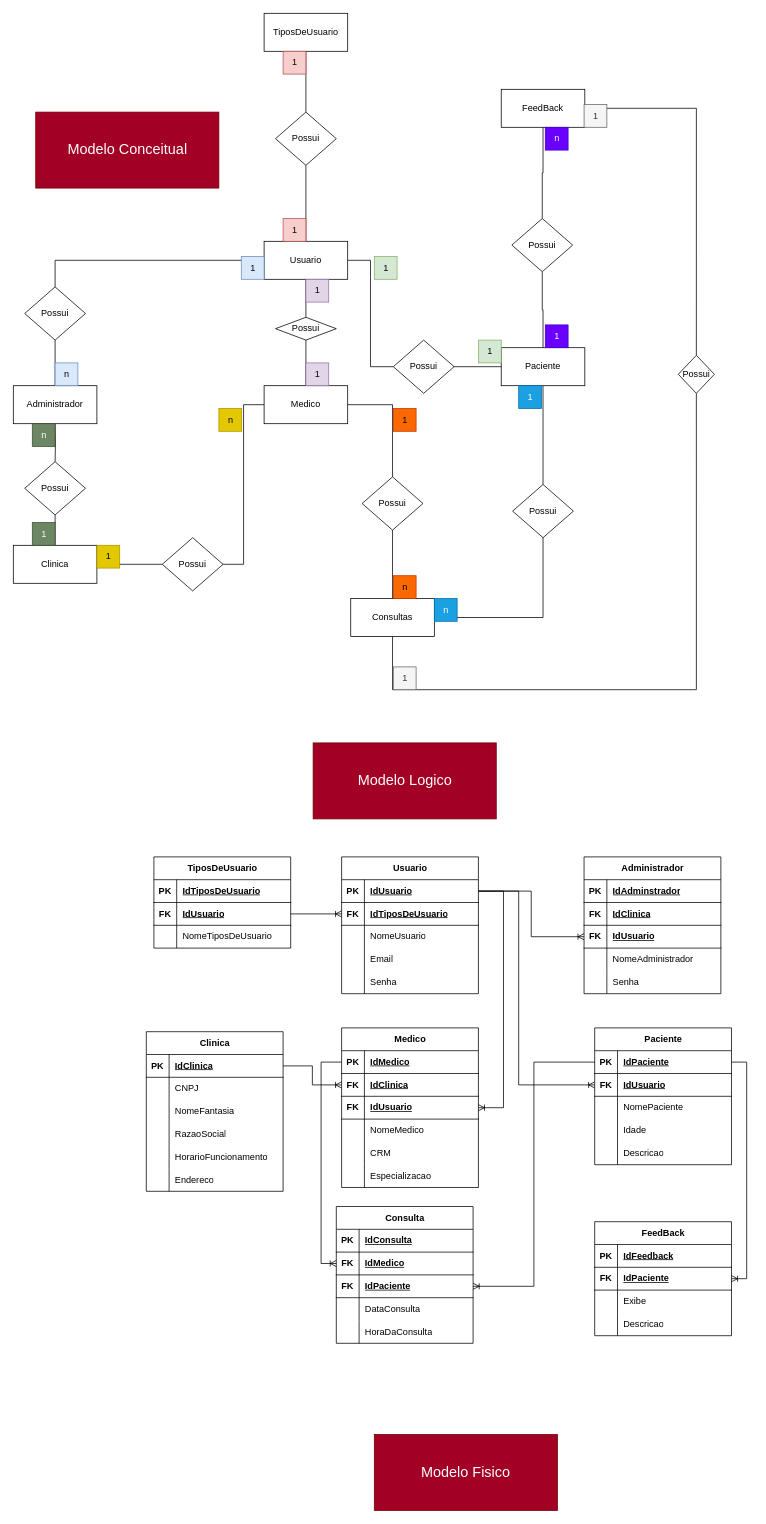
Earlier version of the draw.io diagram Health_Clinic.drawio (AlbatrozPyt/Health_Clinic). Source tidied: cells renumbered, new cells numbered last; positions are measured from the earlier drawing's top-left corner, leaving out a move shared by most shapes. Both pictures are drawn from the tidied source at 76%, with x=0, y=0 at pixel (13, 13).
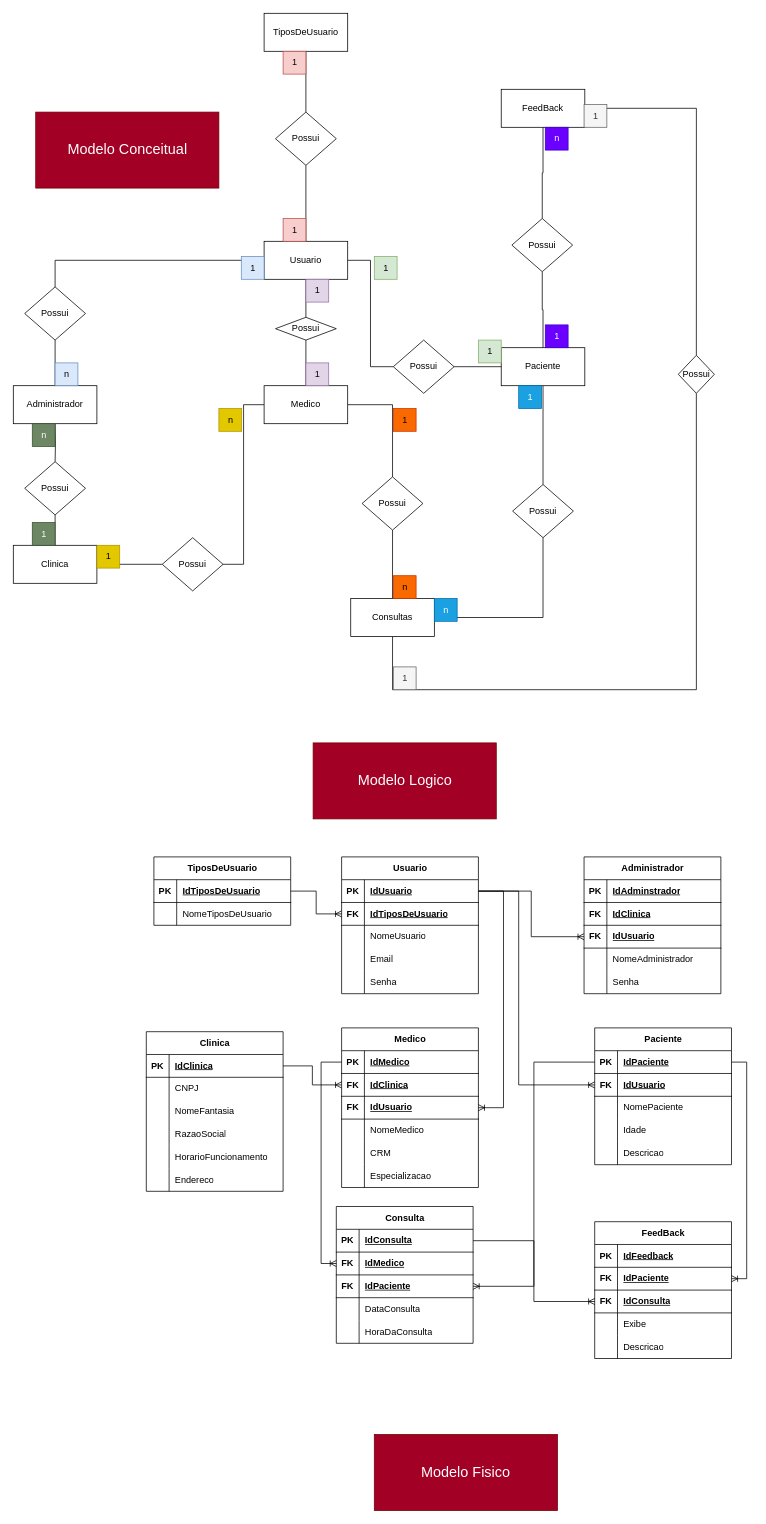
Above is the later version.

Unchanged cells that the change refers to:
```xml
<mxCell id="95" style="shape=tableRow;horizontal=0;startSize=0;swimlaneHead=0;swimlaneBody=0;fillColor=none;points=[[0,0.5],[1,0.5]];portConstraint=eastwest;top=0;left=0;right=0;bottom=1;" parent="94" vertex="1">
  <mxGeometry y="30" width="180" height="30" as="geometry" />
</mxCell>
<mxCell id="163" style="shape=tableRow;horizontal=0;startSize=0;swimlaneHead=0;swimlaneBody=0;fillColor=none;points=[[0,0.5],[1,0.5]];portConstraint=eastwest;top=0;left=0;right=0;bottom=1;" parent="159" vertex="1">
  <mxGeometry y="60" width="180" height="30" as="geometry" />
</mxCell>
<mxCell id="181" style="shape=tableRow;horizontal=0;startSize=0;swimlaneHead=0;swimlaneBody=0;fillColor=none;points=[[0,0.5],[1,0.5]];portConstraint=eastwest;top=0;left=0;right=0;bottom=1;" parent="180" vertex="1">
  <mxGeometry y="30" width="180" height="30" as="geometry" />
</mxCell>
```

Diff of the diagram source:
```diff
@@
     <mxCell id="110" value="FeedBack" style="shape=table;startSize=30;childLayout=tableLayout;rowLines=0;fontStyle=1;align=center;html=1;" parent="1" vertex="1">
-      <mxGeometry x="765" y="1590" width="180" height="150" as="geometry" />
+      <mxGeometry x="765" y="1590" width="180" height="180" as="geometry" />
     </mxCell>
@@
+    <mxCell id="197" style="shape=tableRow;horizontal=0;startSize=0;swimlaneHead=0;swimlaneBody=0;fillColor=none;points=[[0,0.5],[1,0.5]];portConstraint=eastwest;top=0;left=0;right=0;bottom=1;" parent="110" vertex="1">
+      <mxGeometry y="90" width="180" height="30" as="geometry" />
+    </mxCell>
+    <mxCell id="185" value="FK" style="shape=partialRectangle;fillColor=none;top=0;left=0;bottom=0;right=0;fontStyle=1;overflow=hidden;whiteSpace=wrap;html=1;" parent="197" vertex="1">
+      <mxGeometry width="30" height="30" as="geometry" />
+    </mxCell>
+    <mxCell id="198" value="IdConsulta" style="shape=partialRectangle;fillColor=none;top=0;left=0;bottom=0;right=0;align=left;spacingLeft=6;fontStyle=5;overflow=hidden;whiteSpace=wrap;html=1;" parent="197" vertex="1">
+      <mxGeometry x="30" width="150" height="30" as="geometry" />
+    </mxCell>
     <mxCell id="117" style="shape=tableRow;horizontal=0;startSize=0;swimlaneHead=0;swimlaneBody=0;fillColor=none;top=0;left=0;right=0;bottom=0;" parent="110" vertex="1">
-      <mxGeometry y="90" width="180" height="30" as="geometry" />
+      <mxGeometry y="120" width="180" height="30" as="geometry" />
     </mxCell>
@@
     <mxCell id="120" style="shape=tableRow;horizontal=0;startSize=0;swimlaneHead=0;swimlaneBody=0;fillColor=none;top=0;left=0;right=0;bottom=0;" parent="110" vertex="1">
-      <mxGeometry y="120" width="180" height="30" as="geometry" />
+      <mxGeometry y="150" width="180" height="30" as="geometry" />
     </mxCell>
@@
-    <mxCell id="179" style="edgeStyle=orthogonalEdgeStyle;rounded=0;jettySize=auto;html=1;entryX=0;entryY=0.5;entryDx=0;entryDy=0;exitX=1;exitY=0.5;exitDx=0;exitDy=0;endArrow=ERoneToMany;endFill=0;" parent="1" edge="1" source="184" target="163">
+    <mxCell id="179" style="edgeStyle=orthogonalEdgeStyle;rounded=0;jettySize=auto;html=1;entryX=0;entryY=0.5;entryDx=0;entryDy=0;exitX=1;exitY=0.5;exitDx=0;exitDy=0;endArrow=ERoneToMany;endFill=0;" parent="1" edge="1" source="181" target="163">
       <mxGeometry relative="1" as="geometry" />
     </mxCell>
     <mxCell id="180" value="TiposDeUsuario" style="shape=table;startSize=30;childLayout=tableLayout;rowLines=0;fontStyle=1;align=center;html=1;" parent="1" vertex="1">
-      <mxGeometry x="185" y="1110" width="180" height="120" as="geometry" />
+      <mxGeometry x="185" y="1110" width="180" height="90" as="geometry" />
     </mxCell>
@@
-    <mxCell id="184" style="shape=tableRow;horizontal=0;startSize=0;swimlaneHead=0;swimlaneBody=0;fillColor=none;points=[[0,0.5],[1,0.5]];portConstraint=eastwest;top=0;left=0;right=0;bottom=1;" parent="180" vertex="1">
-      <mxGeometry y="60" width="180" height="30" as="geometry" />
-    </mxCell>
-    <mxCell id="185" value="FK" style="shape=partialRectangle;fillColor=none;top=0;left=0;bottom=0;right=0;fontStyle=1;overflow=hidden;whiteSpace=wrap;html=1;" parent="184" vertex="1">
-      <mxGeometry width="30" height="30" as="geometry" />
-    </mxCell>
-    <mxCell id="186" value="IdUsuario" style="shape=partialRectangle;fillColor=none;top=0;left=0;bottom=0;right=0;align=left;spacingLeft=6;fontStyle=5;overflow=hidden;whiteSpace=wrap;html=1;" parent="184" vertex="1">
-      <mxGeometry x="30" width="150" height="30" as="geometry" />
-    </mxCell>
     <mxCell id="187" style="shape=tableRow;horizontal=0;startSize=0;swimlaneHead=0;swimlaneBody=0;fillColor=none;top=0;left=0;right=0;bottom=0;" parent="180" vertex="1">
-      <mxGeometry y="90" width="180" height="30" as="geometry" />
+      <mxGeometry y="60" width="180" height="30" as="geometry" />
     </mxCell>
@@
+    <mxCell id="199" style="edgeStyle=orthogonalEdgeStyle;rounded=0;jettySize=auto;html=1;entryX=0;entryY=0.5;entryDx=0;entryDy=0;endArrow=ERoneToMany;endFill=0;" parent="1" edge="1" source="95" target="197">
+      <mxGeometry relative="1" as="geometry" />
+    </mxCell>
```
